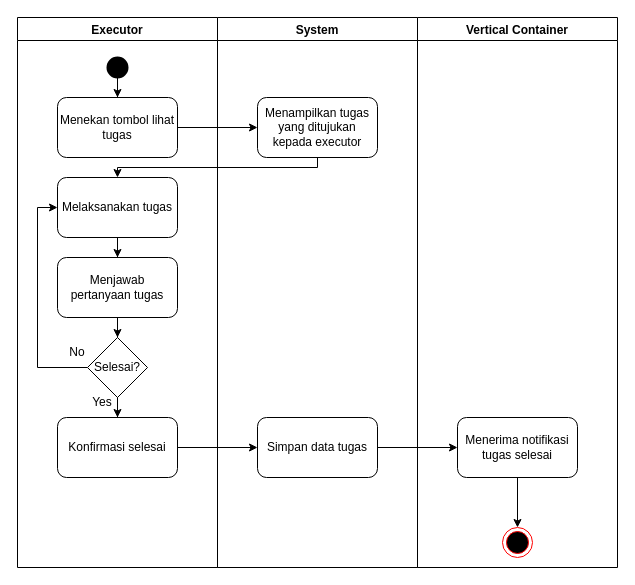
Above: EXECUTOR_MelakukanTugas.drawio in X-TermiNation/Magang-Japfa-X-iSTTS (draw.io), before the change. Source tidied: cells renumbered, new cells numbered last; positions are measured from the earlier drawing's top-left corner, leaving out a move shared by most shapes. Both pictures are drawn from the tidied source at 100%, with x=0, y=0 at pixel (17, 17).
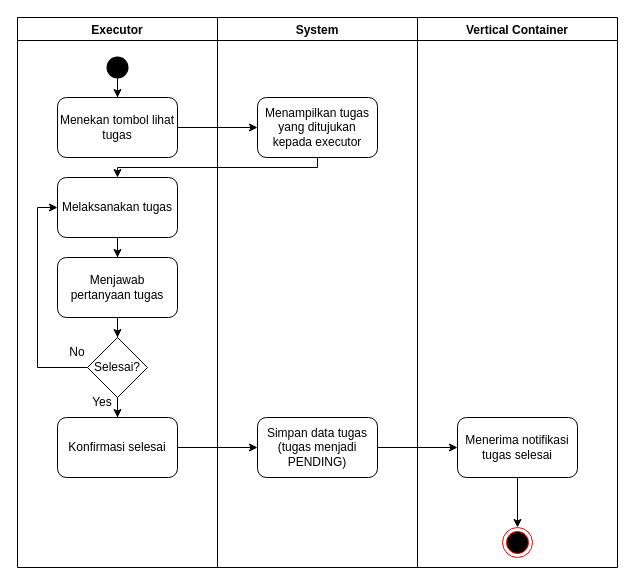
Above is the later version.

The change refers to these unchanged cells:
```xml
<mxCell id="16" value="System" style="swimlane;" parent="1" vertex="1">
  <mxGeometry x="200" width="200" height="550" as="geometry" />
</mxCell>
```

The edit, as a diff of the source:
```diff
@@
-    <mxCell id="18" value="Simpan data tugas" style="whiteSpace=wrap;html=1;rounded=1;" parent="16" vertex="1">
+    <mxCell id="18" value="Simpan data tugas (tugas menjadi PENDING)" style="whiteSpace=wrap;html=1;rounded=1;" parent="16" vertex="1">
       <mxGeometry x="40" y="400" width="120" height="60" as="geometry" />
     </mxCell>
```
